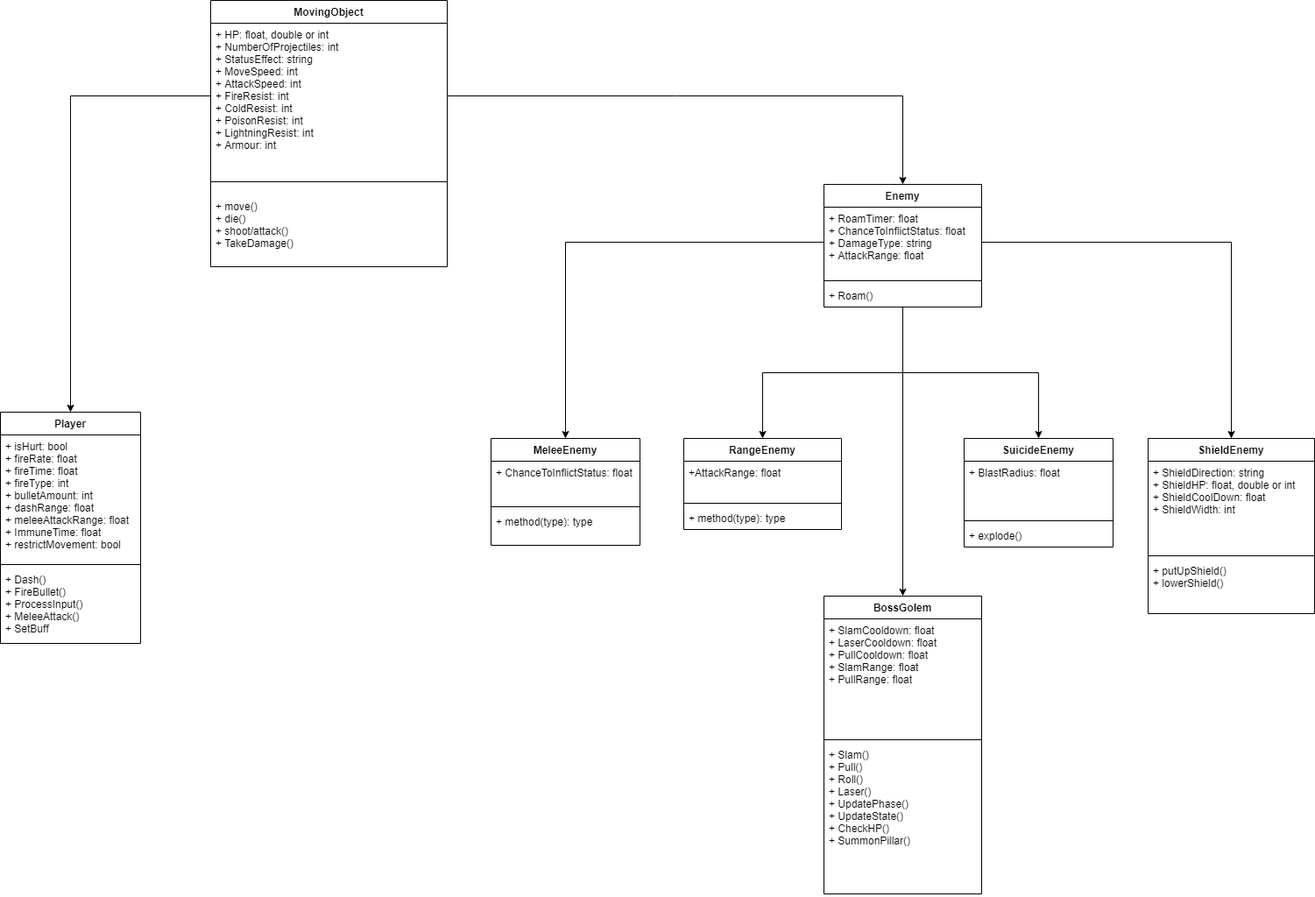
Before: Class Diagram .drawio.png, a diagram exported from draw.io (asdqwe02/Project-NDC). Source tidied: cells renumbered, new cells last; positions are measured from the earlier drawing's top-left corner, leaving out a move shared by most shapes.
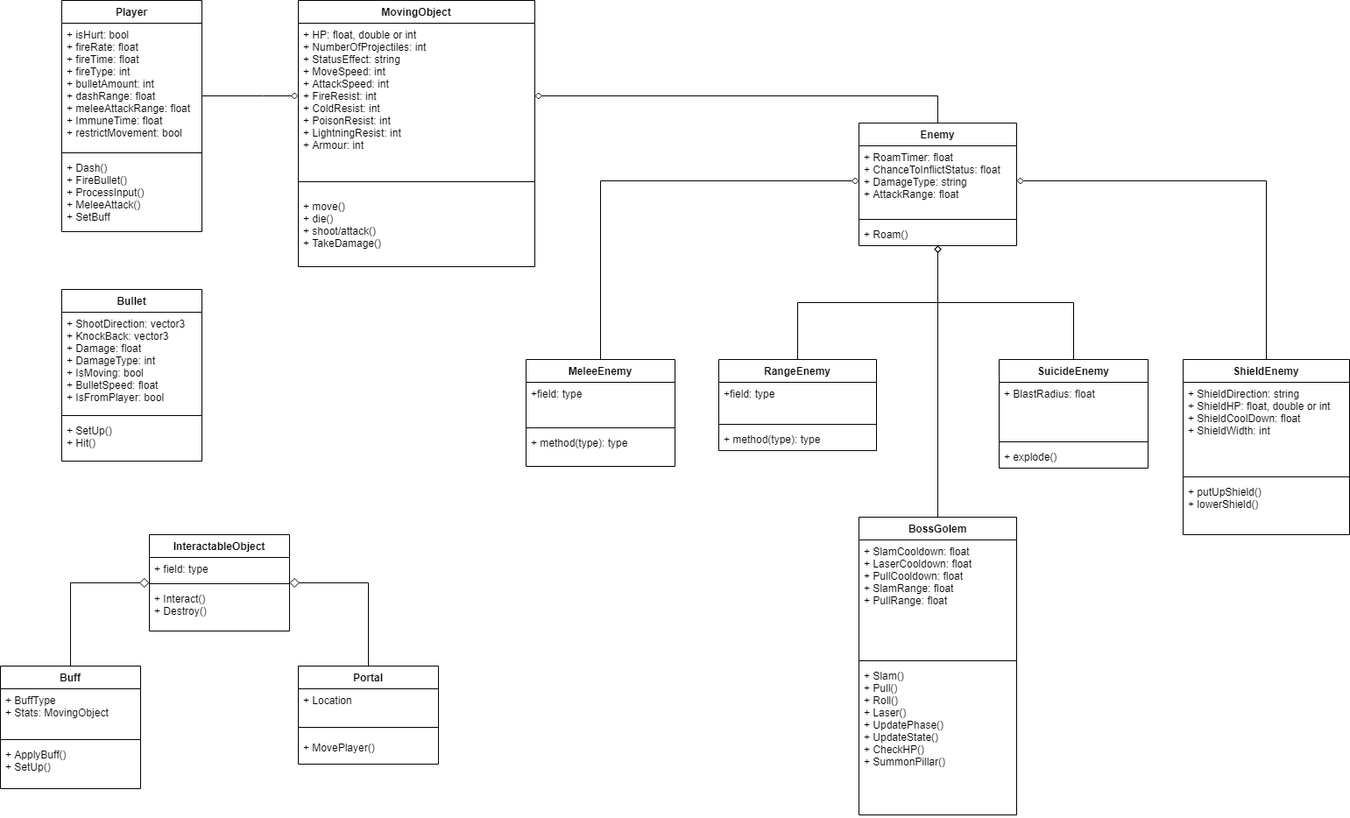
The same diagram one commit later.

The edit, as a diff of the source:
```diff
@@ -3,9 +3,9 @@
     <mxCell id="0" />
     <mxCell id="1" parent="0" />
     <mxCell id="2" value="MovingObject" style="swimlane;fontStyle=1;align=center;verticalAlign=top;horizontal=1;startSize=26;" parent="1" vertex="1">
-      <mxGeometry x="240" width="270" height="304" as="geometry" />
+      <mxGeometry x="300" y="90" width="270" height="304" as="geometry" />
     </mxCell>
-    <mxCell id="3" value="+ HP: float, double or int&#10;+ NumberOfProjectiles: int&#10;+ StatusEffect: string&#10;+ MoveSpeed: int&#10;+ AttackSpeed: int&#10;+ FireResist: int&#10;+ ColdResist: int&#10;+ PoisonResist: int&#10;+ LightningResist: int&#10;+ Armour: int&#10;&#10; " style="text;strokeColor=none;fillColor=none;align=left;verticalAlign=top;spacingLeft=4;spacingRight=4;overflow=hidden;points=[[0,0.5],[1,0.5]];portConstraint=eastwest;" parent="2" vertex="1">
+    <mxCell id="3" value="+ HP: float, double or int&#10;+ NumberOfProjectiles: int&#10;+ StatusEffect: string&#10;+ MoveSpeed: int&#10;+ AttackSpeed: int&#10;+ FireResist: int&#10;+ ColdResist: int&#10;+ PoisonResist: int&#10;+ LightningResist: int&#10;+ Armour: int&#10; " style="text;strokeColor=none;fillColor=none;align=left;verticalAlign=top;spacingLeft=4;spacingRight=4;overflow=hidden;points=[[0,0.5],[1,0.5]];portConstraint=eastwest;" parent="2" vertex="1">
       <mxGeometry y="26" width="270" height="166" as="geometry" />
     </mxCell>
     <mxCell id="4" style="line;strokeWidth=1;fillColor=none;align=left;verticalAlign=middle;spacingTop=-1;spacingLeft=3;spacingRight=3;labelPosition=right;" parent="2" vertex="1">
@@ -17,7 +17,7 @@
     <mxCell id="6" value="MeleeEnemy" style="swimlane;fontStyle=1;align=center;verticalAlign=top;horizontal=1;startSize=26;" parent="1" vertex="1">
       <mxGeometry x="560" y="500" width="170" height="122" as="geometry" />
     </mxCell>
-    <mxCell id="7" value="+ ChanceToInflictStatus: float" style="text;strokeColor=none;fillColor=none;align=left;verticalAlign=top;spacingLeft=4;spacingRight=4;overflow=hidden;" parent="6" vertex="1">
+    <mxCell id="7" value="+field: type" style="text;strokeColor=none;fillColor=none;align=left;verticalAlign=top;spacingLeft=4;spacingRight=4;overflow=hidden;" parent="6" vertex="1">
       <mxGeometry y="26" width="170" height="48" as="geometry" />
     </mxCell>
     <mxCell id="8" style="line;strokeWidth=1;fillColor=none;align=left;verticalAlign=middle;spacingTop=-1;spacingLeft=3;spacingRight=3;labelPosition=right;" parent="6" vertex="1">
@@ -29,7 +29,7 @@
     <mxCell id="10" value="RangeEnemy" style="swimlane;fontStyle=1;align=center;verticalAlign=top;horizontal=1;startSize=26;" parent="1" vertex="1">
       <mxGeometry x="780" y="500" width="180" height="104" as="geometry" />
     </mxCell>
-    <mxCell id="11" value="+AttackRange: float" style="text;strokeColor=none;fillColor=none;align=left;verticalAlign=top;spacingLeft=4;spacingRight=4;overflow=hidden;" parent="10" vertex="1">
+    <mxCell id="11" value="+field: type&#10;" style="text;strokeColor=none;fillColor=none;align=left;verticalAlign=top;spacingLeft=4;spacingRight=4;overflow=hidden;" parent="10" vertex="1">
       <mxGeometry y="26" width="180" height="44" as="geometry" />
     </mxCell>
     <mxCell id="12" style="line;strokeWidth=1;fillColor=none;align=left;verticalAlign=middle;spacingTop=-1;spacingLeft=3;spacingRight=3;labelPosition=right;" parent="10" vertex="1">
@@ -63,7 +63,7 @@
       <mxGeometry y="138" width="190" height="62" as="geometry" />
     </mxCell>
     <mxCell id="22" value="Player" style="swimlane;fontStyle=1;align=center;verticalAlign=top;horizontal=1;startSize=26;" parent="1" vertex="1">
-      <mxGeometry y="470" width="160" height="264" as="geometry" />
+      <mxGeometry x="30" y="90" width="160" height="264" as="geometry" />
     </mxCell>
     <mxCell id="23" value="+ isHurt: bool&#10;+ fireRate: float&#10;+ fireTime: float&#10;+ fireType: int&#10;+ bulletAmount: int&#10;+ dashRange: float&#10;+ meleeAttackRange: float&#10;+ ImmuneTime: float&#10;+ restrictMovement: bool&#10;&#10;" style="text;strokeColor=none;fillColor=none;align=left;verticalAlign=top;spacingLeft=4;spacingRight=4;overflow=hidden;" parent="22" vertex="1">
       <mxGeometry y="26" width="160" height="144" as="geometry" />
@@ -74,8 +74,13 @@
     <mxCell id="25" value="+ Dash()&#10;+ FireBullet()&#10;+ ProcessInput()&#10;+ MeleeAttack()&#10;+ SetBuff&#10;" style="text;strokeColor=none;fillColor=none;align=left;verticalAlign=top;spacingLeft=4;spacingRight=4;overflow=hidden;" parent="22" vertex="1">
       <mxGeometry y="178" width="160" height="86" as="geometry" />
     </mxCell>
-    <mxCell id="26" style="edgeStyle=orthogonalEdgeStyle;rounded=0;jettySize=auto;html=1;" parent="1" edge="1" source="3" target="22">
-      <mxGeometry relative="1" as="geometry" />
+    <mxCell id="26" style="edgeStyle=orthogonalEdgeStyle;rounded=0;jettySize=auto;html=1;endArrow=none;endFill=0;startArrow=diamond;startFill=0;" parent="1" edge="1" source="3" target="22">
+      <mxGeometry relative="1" as="geometry">
+        <Array as="points">
+          <mxPoint x="260" y="199" />
+          <mxPoint x="260" y="199" />
+        </Array>
+      </mxGeometry>
     </mxCell>
     <mxCell id="27" value="BossGolem" style="swimlane;fontStyle=1;align=center;verticalAlign=top;horizontal=1;startSize=26;" parent="1" vertex="1">
       <mxGeometry x="940" y="680" width="180" height="340" as="geometry" />
@@ -89,17 +94,17 @@
     <mxCell id="30" value="+ Slam()&#10;+ Pull()&#10;+ Roll()&#10;+ Laser()&#10;+ UpdatePhase()&#10;+ UpdateState()&#10;+ CheckHP()&#10;+ SummonPillar()" style="text;strokeColor=none;fillColor=none;align=left;verticalAlign=top;spacingLeft=4;spacingRight=4;overflow=hidden;" parent="27" vertex="1">
       <mxGeometry y="168" width="180" height="172" as="geometry" />
     </mxCell>
-    <mxCell id="31" style="edgeStyle=orthogonalEdgeStyle;rounded=0;jettySize=auto;html=1;entryX=0.5;entryY=0;entryDx=0;entryDy=0;" parent="1" edge="1" source="34" target="27">
+    <mxCell id="31" style="edgeStyle=orthogonalEdgeStyle;rounded=0;jettySize=auto;html=1;entryX=0.5;entryY=0;entryDx=0;entryDy=0;startArrow=diamond;startFill=0;endArrow=none;endFill=0;" parent="1" edge="1" source="34" target="27">
       <mxGeometry relative="1" as="geometry" />
     </mxCell>
-    <mxCell id="32" style="edgeStyle=orthogonalEdgeStyle;rounded=0;jettySize=auto;html=1;entryX=0.5;entryY=0;entryDx=0;entryDy=0;" parent="1" edge="1" source="34" target="10">
+    <mxCell id="32" style="edgeStyle=orthogonalEdgeStyle;rounded=0;jettySize=auto;html=1;entryX=0.5;entryY=0;entryDx=0;entryDy=0;endArrow=none;endFill=0;startArrow=diamond;startFill=0;" parent="1" edge="1" source="34" target="10">
       <mxGeometry relative="1" as="geometry" />
     </mxCell>
-    <mxCell id="33" style="edgeStyle=orthogonalEdgeStyle;rounded=0;jettySize=auto;html=1;entryX=0.5;entryY=0;entryDx=0;entryDy=0;" parent="1" edge="1" source="34" target="14">
+    <mxCell id="33" style="edgeStyle=orthogonalEdgeStyle;rounded=0;jettySize=auto;html=1;entryX=0.5;entryY=0;entryDx=0;entryDy=0;startArrow=diamond;startFill=0;endArrow=none;endFill=0;" parent="1" edge="1" source="34" target="14">
       <mxGeometry relative="1" as="geometry" />
     </mxCell>
     <mxCell id="34" value="Enemy" style="swimlane;fontStyle=1;align=center;verticalAlign=top;horizontal=1;startSize=26;" parent="1" vertex="1">
-      <mxGeometry x="940" y="210" width="180" height="140" as="geometry" />
+      <mxGeometry x="940" y="230" width="180" height="140" as="geometry" />
     </mxCell>
     <mxCell id="35" value="+ RoamTimer: float&#10;+ ChanceToInflictStatus: float&#10;+ DamageType: string&#10;+ AttackRange: float" style="text;strokeColor=none;fillColor=none;align=left;verticalAlign=top;spacingLeft=4;spacingRight=4;overflow=hidden;points=[[0,0.5],[1,0.5]];portConstraint=eastwest;" parent="34" vertex="1">
       <mxGeometry y="26" width="180" height="80" as="geometry" />
@@ -110,14 +115,72 @@
     <mxCell id="37" value="+ Roam()" style="text;strokeColor=none;fillColor=none;align=left;verticalAlign=top;spacingLeft=4;spacingRight=4;overflow=hidden;" parent="34" vertex="1">
       <mxGeometry y="114" width="180" height="26" as="geometry" />
     </mxCell>
-    <mxCell id="38" style="edgeStyle=orthogonalEdgeStyle;rounded=0;jettySize=auto;html=1;entryX=0.5;entryY=0;entryDx=0;entryDy=0;" parent="1" edge="1" source="3" target="34">
-      <mxGeometry relative="1" as="geometry" />
+    <mxCell id="38" style="edgeStyle=orthogonalEdgeStyle;rounded=0;jettySize=auto;html=1;entryX=0.5;entryY=0;entryDx=0;entryDy=0;endArrow=none;endFill=0;startArrow=diamond;startFill=0;" parent="1" edge="1" source="3" target="34">
+      <mxGeometry relative="1" as="geometry">
+        <Array as="points">
+          <mxPoint x="1030" y="199" />
+        </Array>
+      </mxGeometry>
     </mxCell>
-    <mxCell id="39" style="edgeStyle=orthogonalEdgeStyle;rounded=0;jettySize=auto;html=1;entryX=0.5;entryY=0;entryDx=0;entryDy=0;" parent="1" edge="1" source="35" target="18">
+    <mxCell id="39" style="edgeStyle=orthogonalEdgeStyle;rounded=0;jettySize=auto;html=1;entryX=0.5;entryY=0;entryDx=0;entryDy=0;endArrow=none;endFill=0;startArrow=diamond;startFill=0;" parent="1" edge="1" source="35" target="18">
       <mxGeometry relative="1" as="geometry" />
     </mxCell>
-    <mxCell id="40" style="edgeStyle=orthogonalEdgeStyle;rounded=0;jettySize=auto;html=1;entryX=0.5;entryY=0;entryDx=0;entryDy=0;" parent="1" edge="1" source="35" target="6">
+    <mxCell id="40" style="edgeStyle=orthogonalEdgeStyle;rounded=0;jettySize=auto;html=1;entryX=0.5;entryY=0;entryDx=0;entryDy=0;startArrow=diamond;startFill=0;endArrow=none;endFill=0;" parent="1" edge="1" source="35" target="6">
       <mxGeometry relative="1" as="geometry" />
     </mxCell>
+    <mxCell id="41" value="Bullet" style="swimlane;fontStyle=1;align=center;verticalAlign=top;horizontal=1;startSize=26;" parent="1" vertex="1">
+      <mxGeometry x="30" y="420" width="160" height="196" as="geometry" />
+    </mxCell>
+    <mxCell id="42" value="+ ShootDirection: vector3&#10;+ KnockBack: vector3&#10;+ Damage: float&#10;+ DamageType: int&#10;+ IsMoving: bool&#10;+ BulletSpeed: float&#10;+ IsFromPlayer: bool    " style="text;strokeColor=none;fillColor=none;align=left;verticalAlign=top;spacingLeft=4;spacingRight=4;overflow=hidden;" parent="41" vertex="1">
+      <mxGeometry y="26" width="160" height="114" as="geometry" />
+    </mxCell>
+    <mxCell id="43" style="line;strokeWidth=1;fillColor=none;align=left;verticalAlign=middle;spacingTop=-1;spacingLeft=3;spacingRight=3;labelPosition=right;" parent="41" vertex="1">
+      <mxGeometry y="140" width="160" height="8" as="geometry" />
+    </mxCell>
+    <mxCell id="44" value="+ SetUp()&#10;+ Hit()" style="text;strokeColor=none;fillColor=none;align=left;verticalAlign=top;spacingLeft=4;spacingRight=4;overflow=hidden;" parent="41" vertex="1">
+      <mxGeometry y="148" width="160" height="48" as="geometry" />
+    </mxCell>
+    <mxCell id="45" style="edgeStyle=orthogonalEdgeStyle;rounded=0;jettySize=auto;html=1;entryX=0.5;entryY=0;entryDx=0;entryDy=0;startArrow=diamond;startFill=0;endArrow=none;endFill=0;startSize=9;endSize=13;strokeWidth=1;" parent="1" edge="1" source="47" target="51">
+      <mxGeometry relative="1" as="geometry" />
+    </mxCell>
+    <mxCell id="46" style="edgeStyle=orthogonalEdgeStyle;rounded=0;jettySize=auto;html=1;entryX=0.5;entryY=0;entryDx=0;entryDy=0;startArrow=diamond;startFill=0;endArrow=none;endFill=0;startSize=9;endSize=13;strokeWidth=1;" parent="1" edge="1" source="47" target="55">
+      <mxGeometry relative="1" as="geometry" />
+    </mxCell>
+    <mxCell id="47" value="InteractableObject" style="swimlane;fontStyle=1;align=center;verticalAlign=top;horizontal=1;startSize=26;" parent="1" vertex="1">
+      <mxGeometry x="130" y="700" width="160" height="110" as="geometry" />
+    </mxCell>
+    <mxCell id="48" value="+ field: type" style="text;strokeColor=none;fillColor=none;align=left;verticalAlign=top;spacingLeft=4;spacingRight=4;overflow=hidden;" parent="47" vertex="1">
+      <mxGeometry y="26" width="160" height="26" as="geometry" />
+    </mxCell>
+    <mxCell id="49" style="line;strokeWidth=1;fillColor=none;align=left;verticalAlign=middle;spacingTop=-1;spacingLeft=3;spacingRight=3;labelPosition=right;" parent="47" vertex="1">
+      <mxGeometry y="52" width="160" height="8" as="geometry" />
+    </mxCell>
+    <mxCell id="50" value="+ Interact()&#10;+ Destroy()" style="text;strokeColor=none;fillColor=none;align=left;verticalAlign=top;spacingLeft=4;spacingRight=4;overflow=hidden;" parent="47" vertex="1">
+      <mxGeometry y="60" width="160" height="50" as="geometry" />
+    </mxCell>
+    <mxCell id="51" value="Buff&#10;" style="swimlane;fontStyle=1;align=center;verticalAlign=top;horizontal=1;startSize=26;" parent="1" vertex="1">
+      <mxGeometry x="-40" y="850" width="160" height="140" as="geometry" />
+    </mxCell>
+    <mxCell id="52" value="+ BuffType&#10;+ Stats: MovingObject" style="text;strokeColor=none;fillColor=none;align=left;verticalAlign=top;spacingLeft=4;spacingRight=4;overflow=hidden;" parent="51" vertex="1">
+      <mxGeometry y="26" width="160" height="54" as="geometry" />
+    </mxCell>
+    <mxCell id="53" style="line;strokeWidth=1;fillColor=none;align=left;verticalAlign=middle;spacingTop=-1;spacingLeft=3;spacingRight=3;labelPosition=right;" parent="51" vertex="1">
+      <mxGeometry y="80" width="160" height="8" as="geometry" />
+    </mxCell>
+    <mxCell id="54" value="+ ApplyBuff()&#10;+ SetUp()" style="text;strokeColor=none;fillColor=none;align=left;verticalAlign=top;spacingLeft=4;spacingRight=4;overflow=hidden;" parent="51" vertex="1">
+      <mxGeometry y="88" width="160" height="52" as="geometry" />
+    </mxCell>
+    <mxCell id="55" value="Portal" style="swimlane;fontStyle=1;align=center;verticalAlign=top;horizontal=1;startSize=26;" parent="1" vertex="1">
+      <mxGeometry x="300" y="850" width="160" height="112" as="geometry" />
+    </mxCell>
+    <mxCell id="56" value="+ Location" style="text;strokeColor=none;fillColor=none;align=left;verticalAlign=top;spacingLeft=4;spacingRight=4;overflow=hidden;" parent="55" vertex="1">
+      <mxGeometry y="26" width="160" height="34" as="geometry" />
+    </mxCell>
+    <mxCell id="57" style="line;strokeWidth=1;fillColor=none;align=left;verticalAlign=middle;spacingTop=-1;spacingLeft=3;spacingRight=3;labelPosition=right;" parent="55" vertex="1">
+      <mxGeometry y="60" width="160" height="20" as="geometry" />
+    </mxCell>
+    <mxCell id="58" value="+ MovePlayer()&#10;" style="text;strokeColor=none;fillColor=none;align=left;verticalAlign=top;spacingLeft=4;spacingRight=4;overflow=hidden;" parent="55" vertex="1">
+      <mxGeometry y="80" width="160" height="32" as="geometry" />
+    </mxCell>
   </root>
 </mxGraphModel>
```
